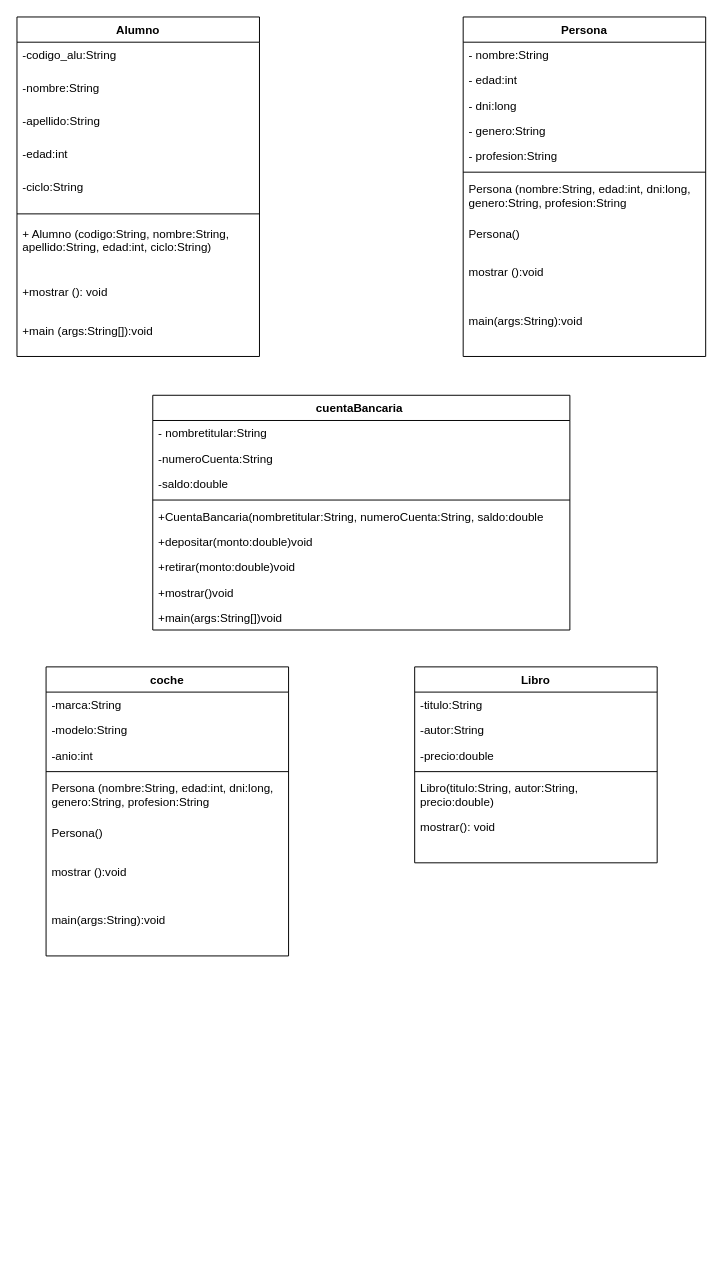
Earlier version of the draw.io diagram page "Página-3" (3 of 4) of src/tareasemana1/Diagrama sin título.drawio (ItsMeGustavoCarrascoVillosalada-lang/Tarea-1). Source tidied: cells renumbered, new cells numbered last; positions are measured from the earlier drawing's top-left corner, leaving out a move shared by most shapes. Both pictures are drawn from the tidied source at 97%, with x=0, y=0 at pixel (16, 16).
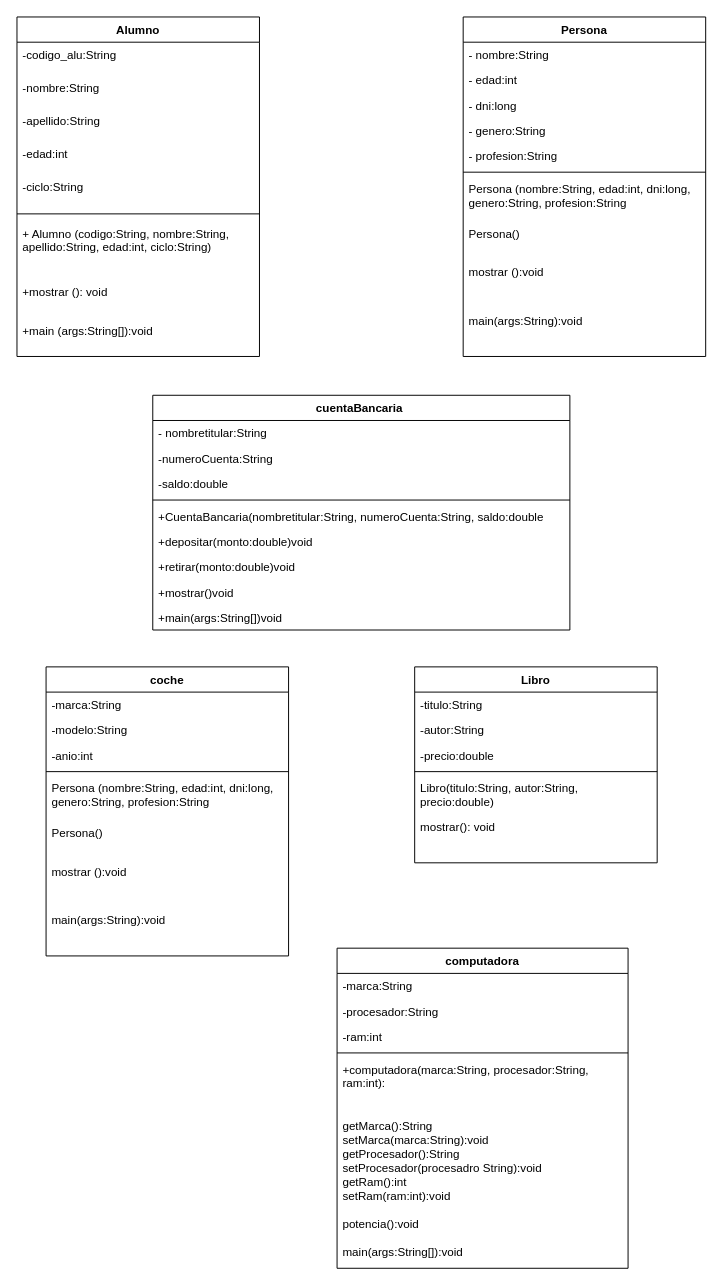
Above is the later version.

What changed in the source:
```diff
@@
+    <mxCell id="49" value="computadora" style="swimlane;fontStyle=1;align=center;verticalAlign=top;horizontal=1;startSize=26;whiteSpace=wrap;html=1;" parent="1" vertex="1">
+      <mxGeometry x="330" y="960" width="300" height="330" as="geometry" />
+    </mxCell>
+    <mxCell id="50" value="-marca:String" style="text;strokeColor=none;fillColor=none;align=left;verticalAlign=top;spacingLeft=4;spacingRight=4;overflow=hidden;whiteSpace=wrap;html=1;" parent="49" vertex="1">
+      <mxGeometry y="26" width="300" height="26" as="geometry" />
+    </mxCell>
+    <mxCell id="51" value="-procesador:String" style="text;strokeColor=none;fillColor=none;align=left;verticalAlign=top;spacingLeft=4;spacingRight=4;overflow=hidden;whiteSpace=wrap;html=1;" parent="49" vertex="1">
+      <mxGeometry y="52" width="300" height="26" as="geometry" />
+    </mxCell>
+    <mxCell id="52" value="-ram:int" style="text;strokeColor=none;fillColor=none;align=left;verticalAlign=top;spacingLeft=4;spacingRight=4;overflow=hidden;whiteSpace=wrap;html=1;" parent="49" vertex="1">
+      <mxGeometry y="78" width="300" height="26" as="geometry" />
+    </mxCell>
+    <mxCell id="53" style="line;strokeWidth=1;fillColor=none;align=left;verticalAlign=middle;spacingTop=-1;spacingLeft=3;spacingRight=3;labelPosition=right;strokeColor=inherit;" parent="49" vertex="1">
+      <mxGeometry y="104" width="300" height="8" as="geometry" />
+    </mxCell>
+    <mxCell id="54" value="+computadora(marca:String, procesador:String, ram:int):" style="text;strokeColor=none;fillColor=none;align=left;verticalAlign=top;spacingLeft=4;spacingRight=4;overflow=hidden;whiteSpace=wrap;html=1;" parent="49" vertex="1">
+      <mxGeometry y="112" width="300" height="58" as="geometry" />
+    </mxCell>
+    <mxCell id="55" value="getMarca():String&lt;div&gt;setMarca(marca:String):void&amp;nbsp;&lt;/div&gt;&lt;div&gt;getProcesador():String&lt;/div&gt;&lt;div&gt;setProcesador(procesadro String):void&lt;/div&gt;&lt;div&gt;getRam():int&lt;/div&gt;&lt;div&gt;setRam(ram:int):void&lt;/div&gt;&lt;div&gt;&lt;br&gt;&lt;/div&gt;&lt;div&gt;potencia():void&lt;/div&gt;&lt;div&gt;&lt;br&gt;&lt;/div&gt;&lt;div&gt;main(args:String[]):void&lt;/div&gt;" style="text;strokeColor=none;fillColor=none;align=left;verticalAlign=top;spacingLeft=4;spacingRight=4;overflow=hidden;whiteSpace=wrap;html=1;" parent="49" vertex="1">
+      <mxGeometry y="170" width="300" height="160" as="geometry" />
+    </mxCell>
```
